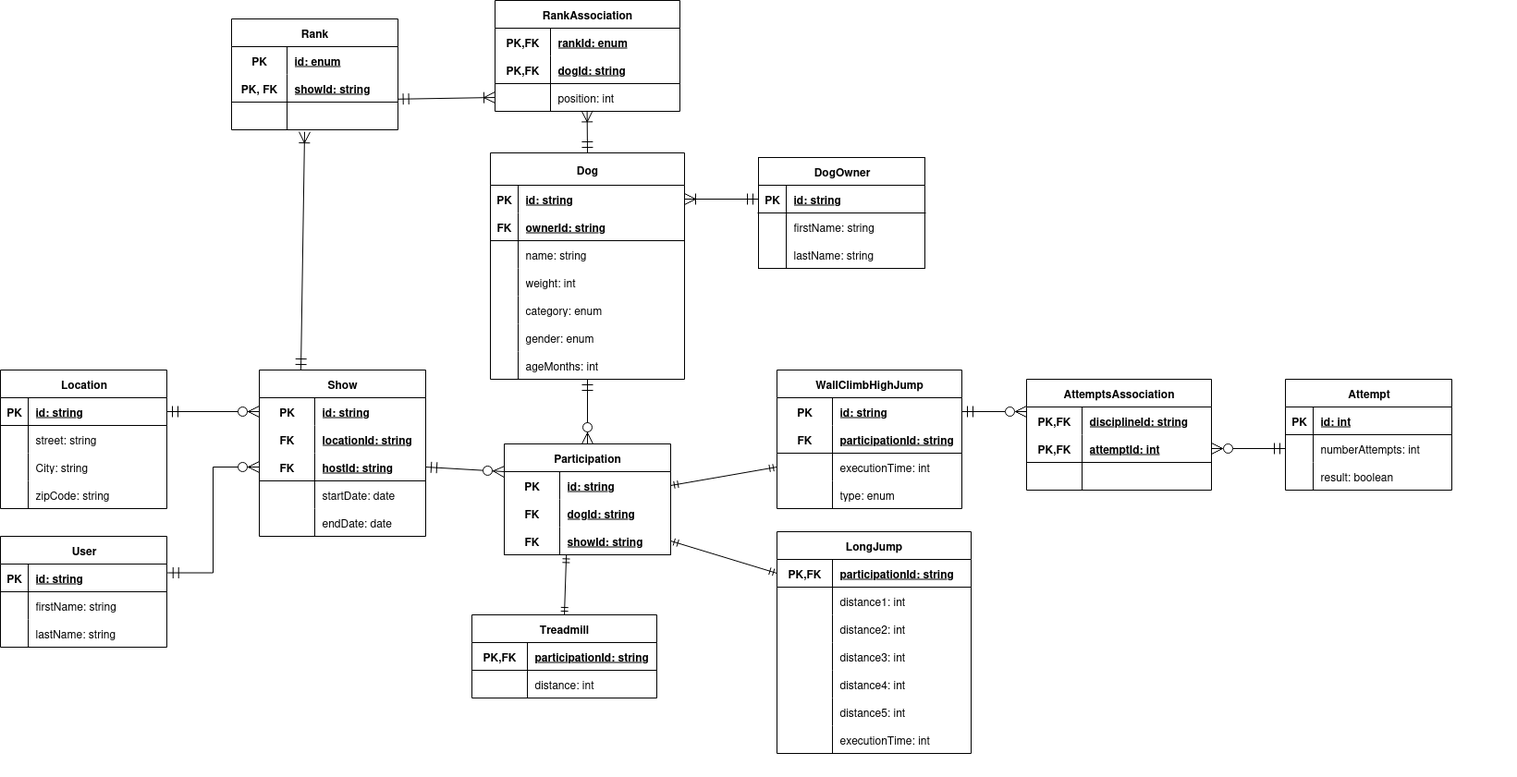
Earlier version of the draw.io export documentation/design/data-model.png (israel-lm/top-dog-show). Source tidied: cells renumbered, new cells last; positions are measured from the earlier drawing's top-left corner, leaving out a move shared by most shapes.
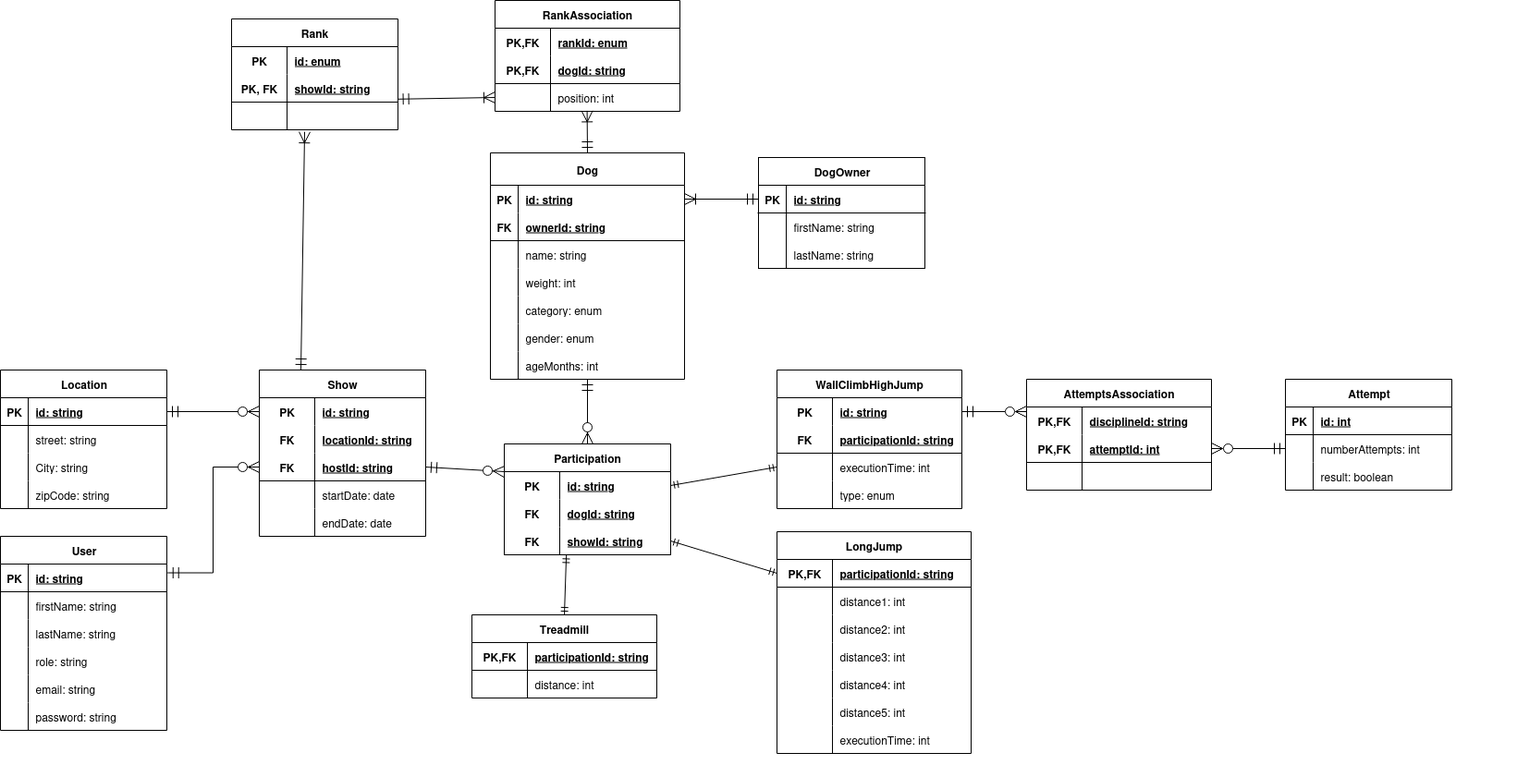
Above is the later version.

Commit message:
doc: update DB user model

What changed in the source:
```diff
@@ -458,7 +458,7 @@
       <mxGeometry x="650" y="760" width="40" height="40" as="geometry" />
     </mxCell>
     <mxCell id="152" value="User" style="shape=table;startSize=30;rowLines=0;fontStyle=1;align=center;html=1;" parent="1" vertex="1">
-      <mxGeometry y="580" width="180" height="120" as="geometry" />
+      <mxGeometry y="580" width="180" height="210" as="geometry" />
     </mxCell>
     <mxCell id="153" style="shape=tableRow;horizontal=0;startSize=0;swimlaneHead=0;swimlaneBody=0;fillColor=none;points=[[0,0.5],[1,0.5]];portConstraint=eastwest;top=0;left=0;right=0;bottom=1;" parent="152" vertex="1">
       <mxGeometry y="30" width="180" height="30" as="geometry" />
@@ -487,6 +487,33 @@
     <mxCell id="161" value="lastName: string" style="shape=partialRectangle;fillColor=none;top=0;left=0;bottom=0;right=0;align=left;spacingLeft=6;overflow=hidden;whiteSpace=wrap;html=1;" parent="159" vertex="1">
       <mxGeometry x="30" width="150" height="30" as="geometry" />
     </mxCell>
+    <mxCell id="190" style="shape=tableRow;horizontal=0;startSize=0;swimlaneHead=0;swimlaneBody=0;fillColor=none;top=0;left=0;right=0;bottom=0;" parent="152" vertex="1">
+      <mxGeometry y="120" width="180" height="30" as="geometry" />
+    </mxCell>
+    <mxCell id="191" style="shape=partialRectangle;fillColor=none;top=0;left=0;bottom=0;right=0;overflow=hidden;whiteSpace=wrap;html=1;" parent="190" vertex="1">
+      <mxGeometry width="30" height="30" as="geometry" />
+    </mxCell>
+    <mxCell id="192" value="role: string" style="shape=partialRectangle;fillColor=none;top=0;left=0;bottom=0;right=0;align=left;spacingLeft=6;overflow=hidden;whiteSpace=wrap;html=1;" parent="190" vertex="1">
+      <mxGeometry x="30" width="150" height="30" as="geometry" />
+    </mxCell>
+    <mxCell id="193" style="shape=tableRow;horizontal=0;startSize=0;swimlaneHead=0;swimlaneBody=0;fillColor=none;top=0;left=0;right=0;bottom=0;" parent="152" vertex="1">
+      <mxGeometry y="150" width="180" height="30" as="geometry" />
+    </mxCell>
+    <mxCell id="194" style="shape=partialRectangle;fillColor=none;top=0;left=0;bottom=0;right=0;overflow=hidden;whiteSpace=wrap;html=1;" parent="193" vertex="1">
+      <mxGeometry width="30" height="30" as="geometry" />
+    </mxCell>
+    <mxCell id="195" value="email: string" style="shape=partialRectangle;fillColor=none;top=0;left=0;bottom=0;right=0;align=left;spacingLeft=6;overflow=hidden;whiteSpace=wrap;html=1;" parent="193" vertex="1">
+      <mxGeometry x="30" width="150" height="30" as="geometry" />
+    </mxCell>
+    <mxCell id="196" style="shape=tableRow;horizontal=0;startSize=0;swimlaneHead=0;swimlaneBody=0;fillColor=none;top=0;left=0;right=0;bottom=0;" parent="152" vertex="1">
+      <mxGeometry y="180" width="180" height="30" as="geometry" />
+    </mxCell>
+    <mxCell id="197" style="shape=partialRectangle;fillColor=none;top=0;left=0;bottom=0;right=0;overflow=hidden;whiteSpace=wrap;html=1;" parent="196" vertex="1">
+      <mxGeometry width="30" height="30" as="geometry" />
+    </mxCell>
+    <mxCell id="198" value="password: string" style="shape=partialRectangle;fillColor=none;top=0;left=0;bottom=0;right=0;align=left;spacingLeft=6;overflow=hidden;whiteSpace=wrap;html=1;" parent="196" vertex="1">
+      <mxGeometry x="30" width="150" height="30" as="geometry" />
+    </mxCell>
     <mxCell id="162" value="&amp;nbsp;" style="text;whiteSpace=wrap;html=1;" parent="1" vertex="1">
       <mxGeometry x="190" y="780" width="40" height="40" as="geometry" />
     </mxCell>
```
